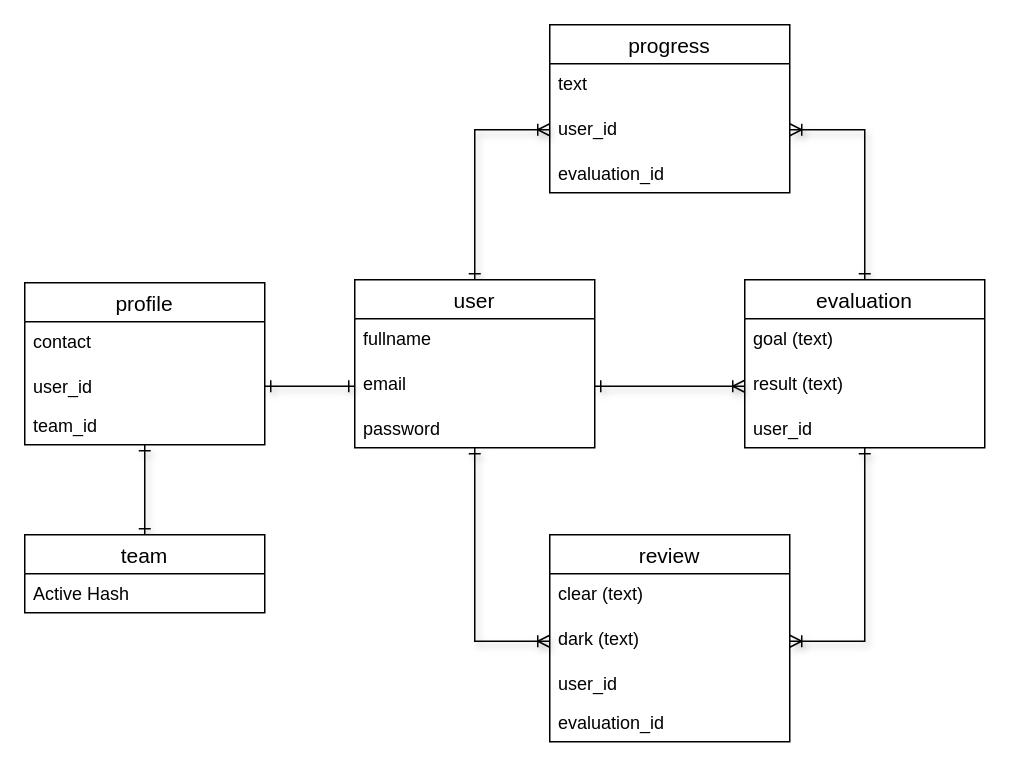
Above: er.dio in UESHII/periscope (draw.io), before the change. Source tidied: cells renumbered, new cells numbered last; positions are measured from the earlier drawing's top-left corner, leaving out a move shared by most shapes. Both pictures are drawn from the tidied source at 150%, with x=0, y=0 at pixel (24, 24).
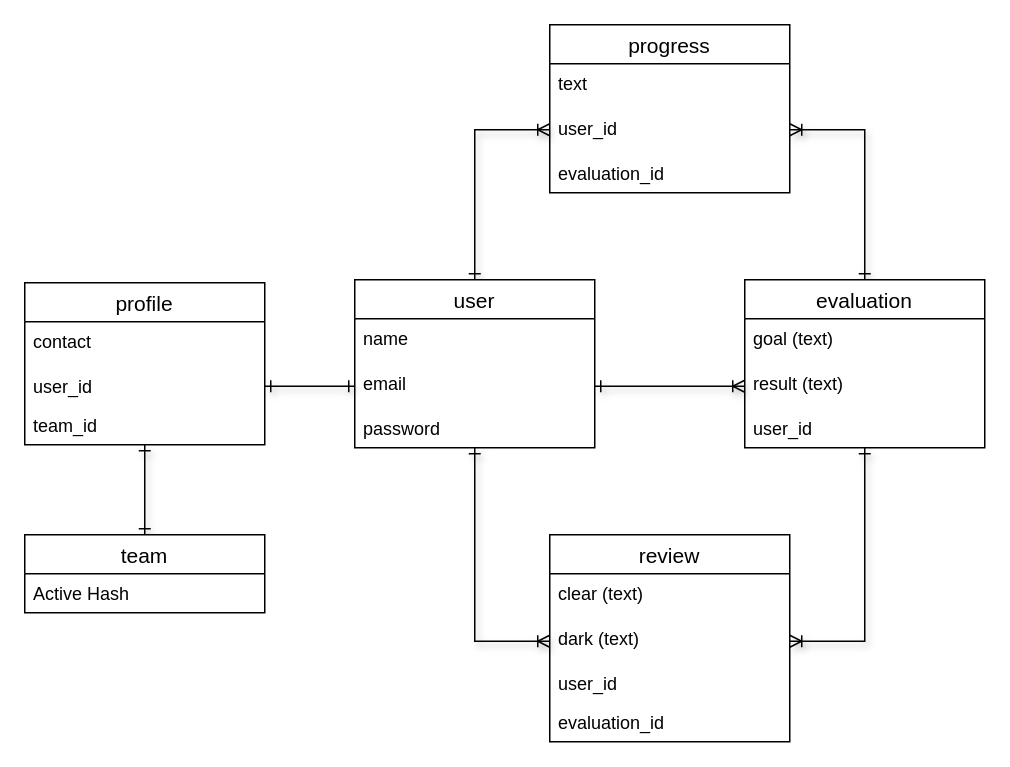
The same diagram, later.

Commit message (it also covers changes not shown here):
Readme テーブル記述

Unchanged cells that the change refers to:
```xml
<mxCell id="13" value="user" style="swimlane;fontStyle=0;horizontal=1;startSize=26;align=center;fontSize=14;" parent="1" vertex="1">
  <mxGeometry x="220" y="170" width="160" height="112" as="geometry" />
</mxCell>
```

The edit, as a diff of the source:
```diff
@@
-    <mxCell id="14" value="fullname" style="text;strokeColor=none;fillColor=none;spacingLeft=4;spacingRight=4;overflow=hidden;fontSize=12;" parent="13" vertex="1">
+    <mxCell id="14" value="name" style="text;strokeColor=none;fillColor=none;spacingLeft=4;spacingRight=4;overflow=hidden;fontSize=12;" parent="13" vertex="1">
       <mxGeometry y="26" width="160" height="30" as="geometry" />
     </mxCell>
```
